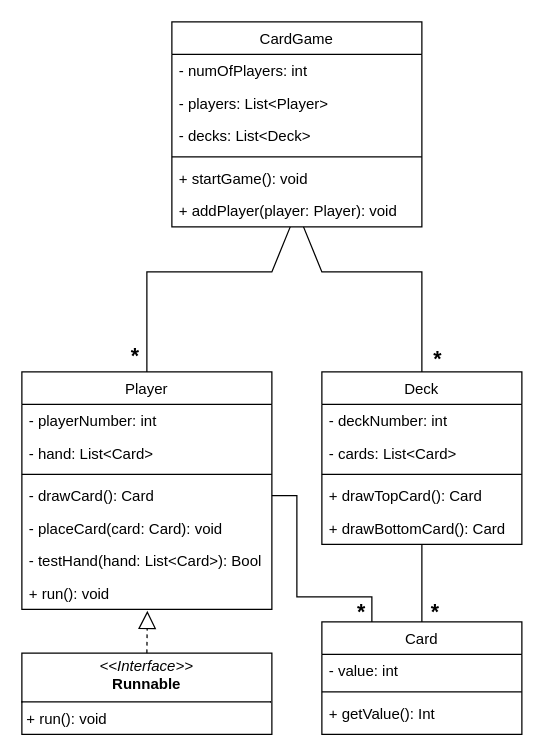
Above: res/UML Diagram.drawio in W3r5l3y/ECM2414-Card-Game (draw.io), before the change. Source tidied: cells renumbered, new cells numbered last; positions are measured from the earlier drawing's top-left corner, leaving out a move shared by most shapes. Both pictures are drawn from the tidied source at 125%, with x=0, y=0 at pixel (21, 21).
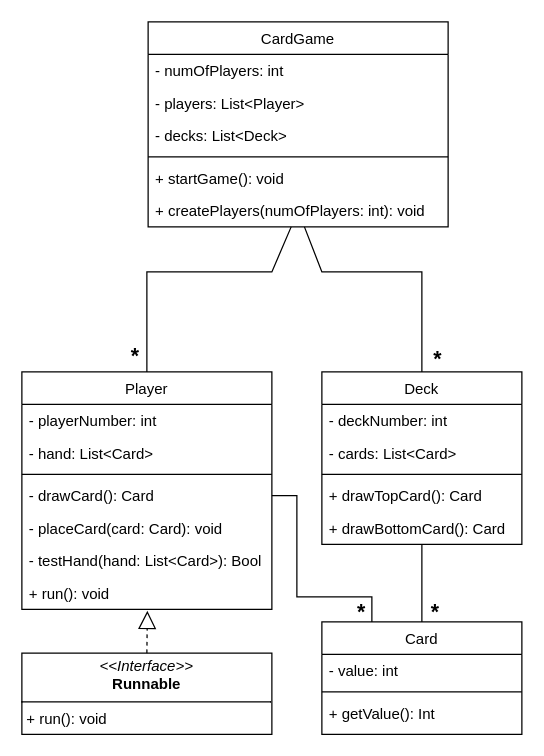
The same page after the edit.

Commit message (it also covers changes not shown here):
Refactor UML diagram and update project documentation

What changed in the source:
```diff
@@
     <mxCell id="2" value="CardGame" style="swimlane;fontStyle=0;align=center;verticalAlign=top;horizontal=1;startSize=26;rounded=0;shadow=0;strokeWidth=1;" parent="1" vertex="1">
-      <mxGeometry x="120" width="200" height="164" as="geometry" />
+      <mxGeometry x="101" width="240" height="164" as="geometry" />
     </mxCell>
     <mxCell id="3" value="- numOfPlayers: int" style="text;align=left;verticalAlign=top;spacingLeft=4;spacingRight=4;overflow=hidden;rounded=0;shadow=0;html=0;" parent="2" vertex="1">
-      <mxGeometry y="26" width="200" height="26" as="geometry" />
+      <mxGeometry y="26" width="240" height="26" as="geometry" />
     </mxCell>
     <mxCell id="4" value="- players: List&lt;Player&gt;" style="text;align=left;verticalAlign=top;spacingLeft=4;spacingRight=4;overflow=hidden;rounded=0;shadow=0;html=0;" parent="2" vertex="1">
-      <mxGeometry y="52" width="200" height="26" as="geometry" />
+      <mxGeometry y="52" width="240" height="26" as="geometry" />
     </mxCell>
     <mxCell id="5" value="- decks: List&lt;Deck&gt;" style="text;align=left;verticalAlign=top;spacingLeft=4;spacingRight=4;overflow=hidden;rounded=0;shadow=0;html=0;" parent="2" vertex="1">
-      <mxGeometry y="78" width="200" height="26" as="geometry" />
+      <mxGeometry y="78" width="240" height="26" as="geometry" />
     </mxCell>
     <mxCell id="6" style="line;html=1;strokeWidth=1;align=left;verticalAlign=middle;spacingTop=-1;spacingLeft=3;spacingRight=3;labelPosition=right;" parent="2" vertex="1">
-      <mxGeometry y="104" width="200" height="8" as="geometry" />
+      <mxGeometry y="104" width="240" height="8" as="geometry" />
     </mxCell>
     <mxCell id="7" value="+ startGame(): void" style="text;align=left;verticalAlign=top;spacingLeft=4;spacingRight=4;overflow=hidden;" parent="2" vertex="1">
-      <mxGeometry y="112" width="200" height="26" as="geometry" />
+      <mxGeometry y="112" width="240" height="26" as="geometry" />
     </mxCell>
-    <mxCell id="8" value="+ addPlayer(player: Player): void&#10;" style="text;align=left;verticalAlign=top;spacingLeft=4;spacingRight=4;overflow=hidden;points=[[0,0.5],[1,0.5]];portConstraint=eastwest;" parent="2" vertex="1">
-      <mxGeometry y="138" width="200" height="26" as="geometry" />
+    <mxCell id="8" value="+ createPlayers(numOfPlayers: int): void&#10;" style="text;align=left;verticalAlign=top;spacingLeft=4;spacingRight=4;overflow=hidden;points=[[0,0.5],[1,0.5]];portConstraint=eastwest;" parent="2" vertex="1">
+      <mxGeometry y="138" width="240" height="26" as="geometry" />
     </mxCell>
```
